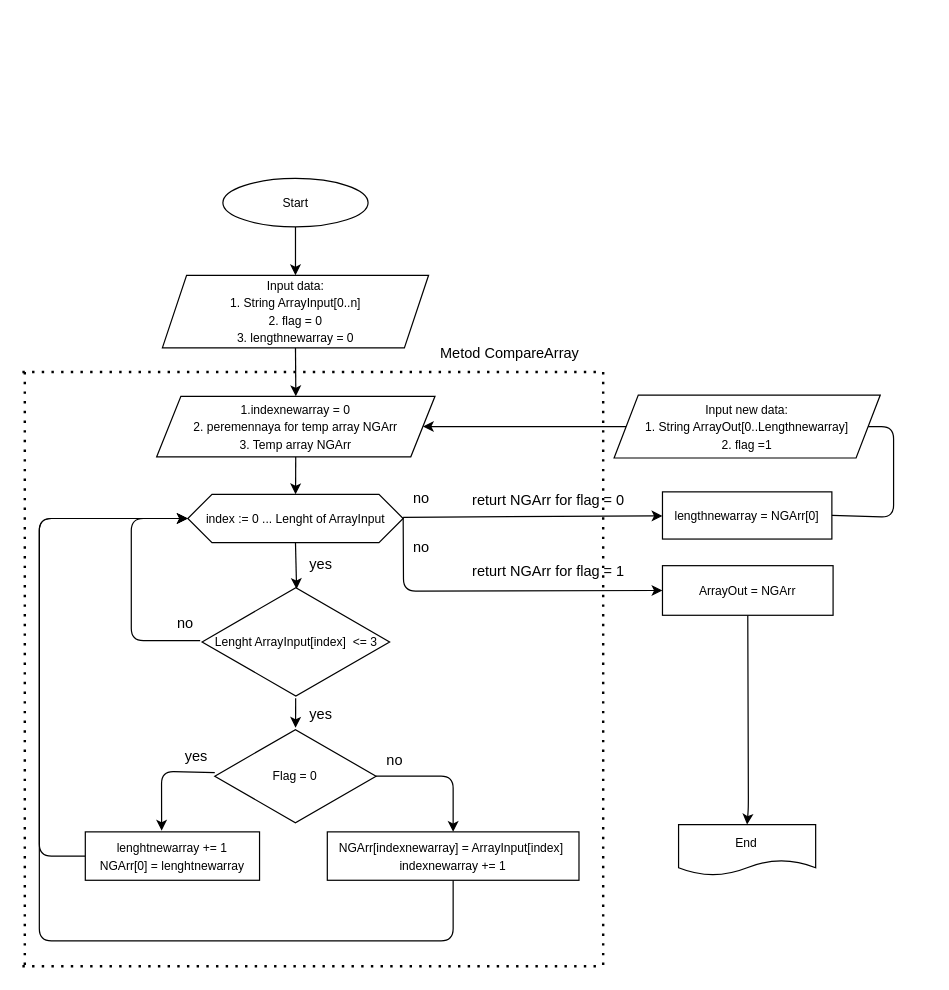
Above: BlockDiagram.drawio in DrDrv/FinalTask (draw.io), before the change. Source tidied: cells renumbered, new cells numbered last; positions are measured from the earlier drawing's top-left corner, leaving out a move shared by most shapes. Both pictures are drawn from the tidied source at 121%, with x=0, y=0 at pixel (22, 178).
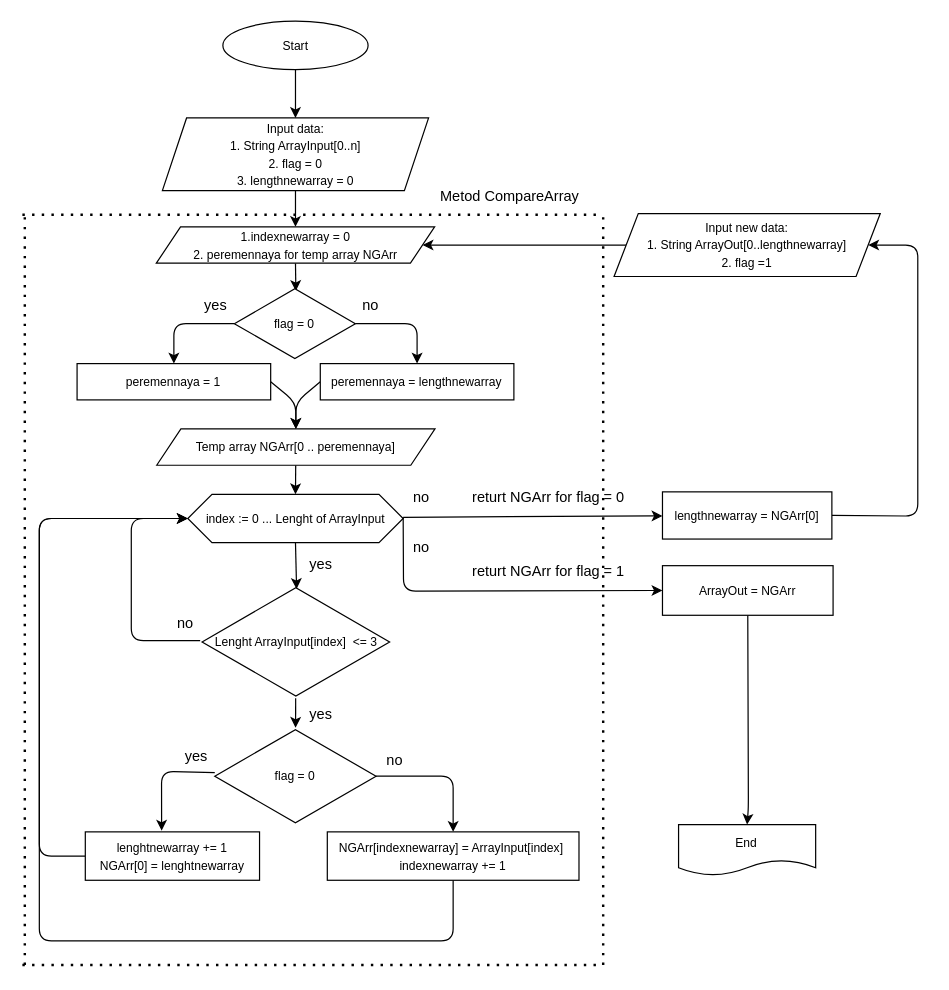
After the change.

Unchanged cells that the change refers to:
```xml
<mxCell id="7" value="&lt;span&gt;&lt;font style=&quot;font-size: 10px&quot;&gt;index := 0 ... Lenght of ArrayInput&lt;/font&gt;&lt;/span&gt;" style="shape=hexagon;perimeter=hexagonPerimeter2;whiteSpace=wrap;html=1;fixedSize=1;" parent="1" vertex="1">
  <mxGeometry x="136.7" y="261" width="178" height="40" as="geometry" />
</mxCell>
<mxCell id="37" value="&lt;span&gt;l&lt;/span&gt;&lt;span&gt;engthnewarray = NGArr[0]&lt;/span&gt;" style="rounded=0;whiteSpace=wrap;html=1;fontSize=10;" parent="1" vertex="1">
  <mxGeometry x="529" y="259" width="140" height="39" as="geometry" />
</mxCell>
<mxCell id="39" value="&lt;font style=&quot;font-size: 10px&quot;&gt;ArrayOut = NGArr&lt;/font&gt;" style="rounded=0;whiteSpace=wrap;html=1;fontSize=12;" parent="1" vertex="1">
  <mxGeometry x="529" y="320" width="141" height="41" as="geometry" />
</mxCell>
```

The edit, as a diff of the source:
```diff
@@
     <mxCell id="3" value="&lt;font style=&quot;font-size: 10px&quot;&gt;Start&lt;/font&gt;" style="ellipse;whiteSpace=wrap;html=1;" parent="1" vertex="1">
-      <mxGeometry x="165.7" width="120" height="40" as="geometry" />
+      <mxGeometry x="165.7" y="-130" width="120" height="40" as="geometry" />
     </mxCell>
@@
     <mxCell id="5" value="&lt;font style=&quot;font-size: 10px&quot;&gt;&lt;span&gt;Input data:&lt;/span&gt;&lt;br&gt;&lt;span&gt;1. String ArrayInput[0..n]&lt;br&gt;2. flag = 0&lt;br&gt;3. l&lt;/span&gt;engthnewarray = 0&lt;/font&gt;&lt;span&gt;&lt;br&gt;&lt;/span&gt;" style="shape=parallelogram;perimeter=parallelogramPerimeter;whiteSpace=wrap;html=1;fixedSize=1;" parent="1" vertex="1">
-      <mxGeometry x="115.7" y="80" width="220" height="60" as="geometry" />
+      <mxGeometry x="115.7" y="-50" width="220" height="60" as="geometry" />
     </mxCell>
@@
-    <mxCell id="17" value="&lt;font style=&quot;font-size: 10px&quot;&gt;&lt;span&gt;Input new data:&lt;/span&gt;&lt;br&gt;&lt;span&gt;1. String ArrayOut[0..Lengthnewarray]&lt;br&gt;2. flag =1&lt;/span&gt;&lt;/font&gt;&lt;span&gt;&lt;br&gt;&lt;/span&gt;" style="shape=parallelogram;perimeter=parallelogramPerimeter;whiteSpace=wrap;html=1;fixedSize=1;" parent="1" vertex="1">
-      <mxGeometry x="489" y="179" width="220" height="52" as="geometry" />
+    <mxCell id="17" value="&lt;font style=&quot;font-size: 10px&quot;&gt;&lt;span&gt;Input new data:&lt;/span&gt;&lt;br&gt;&lt;span&gt;1. String ArrayOut[0..lengthnewarray]&lt;br&gt;2. flag =1&lt;/span&gt;&lt;/font&gt;&lt;span&gt;&lt;br&gt;&lt;/span&gt;" style="shape=parallelogram;perimeter=parallelogramPerimeter;whiteSpace=wrap;html=1;fixedSize=1;" parent="1" vertex="1">
+      <mxGeometry x="489" y="29" width="220" height="52" as="geometry" />
     </mxCell>
-    <mxCell id="18" style="edgeStyle=none;html=1;exitX=0;exitY=1;exitDx=0;exitDy=0;fontSize=10;" parent="1" edge="1" source="20" target="37">
-      <mxGeometry relative="1" as="geometry" />
+    <mxCell id="18" style="edgeStyle=none;html=1;exitX=0;exitY=1;exitDx=0;exitDy=0;fontSize=10;" parent="1" edge="1" target="37">
+      <mxGeometry relative="1" as="geometry">
+        <mxPoint x="314.7" y="280" as="sourcePoint" />
+      </mxGeometry>
     </mxCell>
-    <mxCell id="19" style="edgeStyle=none;html=1;exitX=0;exitY=1;exitDx=0;exitDy=0;entryX=0;entryY=0.5;entryDx=0;entryDy=0;fontSize=10;" parent="1" edge="1" source="20" target="39">
+    <mxCell id="19" style="edgeStyle=none;html=1;exitX=0;exitY=1;exitDx=0;exitDy=0;entryX=0;entryY=0.5;entryDx=0;entryDy=0;fontSize=10;" parent="1" edge="1" target="39">
       <mxGeometry relative="1" as="geometry">
+        <mxPoint x="314.7" y="280" as="sourcePoint" />
         <Array as="points">
           <mxPoint x="315" y="341" />
         </Array>
       </mxGeometry>
     </mxCell>
     <mxCell id="20" value="no" style="text;html=1;strokeColor=none;fillColor=none;align=center;verticalAlign=middle;whiteSpace=wrap;rounded=0;" parent="1" vertex="1">
-      <mxGeometry x="314.7" y="250" width="30" height="30" as="geometry" />
+      <mxGeometry x="314.7" y="249" width="30" height="30" as="geometry" />
     </mxCell>
@@
-    <mxCell id="24" value="&lt;font style=&quot;font-size: 10px&quot;&gt;Flag = 0&lt;/font&gt;" style="html=1;whiteSpace=wrap;shape=isoRectangle;" parent="1" vertex="1">
+    <mxCell id="24" value="&lt;font style=&quot;font-size: 10px&quot;&gt;flag = 0&lt;/font&gt;" style="html=1;whiteSpace=wrap;shape=isoRectangle;" parent="1" vertex="1">
       <mxGeometry x="159" y="454" width="133.3" height="80" as="geometry" />
     </mxCell>
@@
     <mxCell id="30" style="endArrow=none;dashed=1;html=1;dashPattern=1 3;strokeWidth=2;" parent="1" edge="1">
       <mxGeometry relative="1" as="geometry">
         <mxPoint x="480" y="650" as="sourcePoint" />
-        <mxPoint x="480" y="160" as="targetPoint" />
+        <mxPoint x="480" y="30" as="targetPoint" />
       </mxGeometry>
     </mxCell>
     <mxCell id="31" style="endArrow=none;dashed=1;html=1;dashPattern=1 3;strokeWidth=2;" parent="1" edge="1">
       <mxGeometry relative="1" as="geometry">
-        <mxPoint y="160" as="sourcePoint" />
-        <mxPoint x="480" y="160" as="targetPoint" />
+        <mxPoint y="30" as="sourcePoint" />
+        <mxPoint x="480" y="30" as="targetPoint" />
       </mxGeometry>
     </mxCell>
     <mxCell id="32" style="endArrow=none;dashed=1;html=1;dashPattern=1 3;strokeWidth=2;" parent="1" edge="1">
       <mxGeometry relative="1" as="geometry">
         <mxPoint x="2" y="650" as="sourcePoint" />
-        <mxPoint x="2" y="160" as="targetPoint" />
+        <mxPoint x="2" y="30" as="targetPoint" />
       </mxGeometry>
     </mxCell>
     <mxCell id="33" style="endArrow=none;dashed=1;html=1;dashPattern=1 3;strokeWidth=2;" parent="1" edge="1">
       <mxGeometry relative="1" as="geometry">
-        <mxPoint y="651" as="sourcePoint" />
-        <mxPoint x="480" y="651" as="targetPoint" />
+        <mxPoint y="650" as="sourcePoint" />
+        <mxPoint x="480" y="650" as="targetPoint" />
       </mxGeometry>
     </mxCell>
     <mxCell id="34" value="Metod&amp;nbsp;CompareArray" style="text;html=1;strokeColor=none;fillColor=none;align=center;verticalAlign=middle;whiteSpace=wrap;rounded=0;" parent="1" vertex="1">
-      <mxGeometry x="335.7" y="130" width="134.3" height="30" as="geometry" />
+      <mxGeometry x="335.7" width="134.3" height="30" as="geometry" />
     </mxCell>
-    <mxCell id="35" style="edgeStyle=none;html=1;fontSize=10;" parent="1" edge="1" source="36" target="7">
-      <mxGeometry relative="1" as="geometry" />
-    </mxCell>
+    <mxCell id="43" style="edgeStyle=none;html=1;exitX=0.5;exitY=1;exitDx=0;exitDy=0;entryX=0.508;entryY=0.05;entryDx=0;entryDy=0;entryPerimeter=0;fontSize=10;" parent="1" edge="1" source="36" target="46">
+      <mxGeometry relative="1" as="geometry" />
+    </mxCell>
-    <mxCell id="36" value="&lt;font style=&quot;font-size: 10px&quot;&gt;1.indexnewarray = 0&lt;br&gt;2. peremennaya for temp array NGArr&lt;br&gt;3. Temp array NGArr&lt;br&gt;&lt;/font&gt;" style="shape=parallelogram;perimeter=parallelogramPerimeter;whiteSpace=wrap;html=1;fixedSize=1;" parent="1" vertex="1">
-      <mxGeometry x="111" y="180" width="230" height="50" as="geometry" />
+    <mxCell id="36" value="&lt;font style=&quot;font-size: 10px&quot;&gt;1.indexnewarray = 0&lt;br&gt;2. peremennaya for temp array NGArr&lt;br&gt;&lt;/font&gt;" style="shape=parallelogram;perimeter=parallelogramPerimeter;whiteSpace=wrap;html=1;fixedSize=1;" parent="1" vertex="1">
+      <mxGeometry x="110.7" y="40" width="230" height="30" as="geometry" />
     </mxCell>
+    <mxCell id="40" style="edgeStyle=none;html=1;entryX=1;entryY=0.5;entryDx=0;entryDy=0;fontSize=10;exitX=1;exitY=0.5;exitDx=0;exitDy=0;" parent="1" edge="1" source="37" target="17">
+      <mxGeometry relative="1" as="geometry">
+        <Array as="points">
+          <mxPoint x="740" y="279" />
+          <mxPoint x="740" y="55" />
+        </Array>
+      </mxGeometry>
+    </mxCell>
@@
     <mxCell id="38" value="&lt;font style=&quot;font-size: 12px&quot;&gt;returt NGArr for flag = 0&lt;/font&gt;" style="text;html=1;strokeColor=none;fillColor=none;align=center;verticalAlign=middle;whiteSpace=wrap;rounded=0;fontSize=10;" parent="1" vertex="1">
-      <mxGeometry x="360" y="251" width="150" height="30" as="geometry" />
+      <mxGeometry x="360" y="249" width="150" height="30" as="geometry" />
     </mxCell>
@@
-    <mxCell id="40" style="edgeStyle=none;html=1;exitX=1;exitY=0.5;exitDx=0;exitDy=0;entryX=1;entryY=0.5;entryDx=0;entryDy=0;fontSize=12;endArrow=none;" parent="1" edge="1" source="37" target="17">
-      <mxGeometry relative="1" as="geometry">
-        <Array as="points">
-          <mxPoint x="720" y="280" />
-          <mxPoint x="720" y="205" />
-        </Array>
-      </mxGeometry>
-    </mxCell>
@@
+    <mxCell id="44" style="edgeStyle=none;html=1;entryX=0.5;entryY=0;entryDx=0;entryDy=0;fontSize=10;" parent="1" edge="1" source="46" target="48">
+      <mxGeometry relative="1" as="geometry">
+        <Array as="points">
+          <mxPoint x="125.2" y="120" />
+        </Array>
+      </mxGeometry>
+    </mxCell>
+    <mxCell id="45" style="edgeStyle=none;html=1;entryX=0.5;entryY=0;entryDx=0;entryDy=0;fontSize=10;" parent="1" edge="1" source="46" target="50">
+      <mxGeometry relative="1" as="geometry">
+        <Array as="points">
+          <mxPoint x="326.2" y="120" />
+        </Array>
+      </mxGeometry>
+    </mxCell>
+    <mxCell id="46" value="&lt;span style=&quot;font-size: 10px&quot;&gt;flag = 0&lt;/span&gt;" style="html=1;whiteSpace=wrap;shape=isoRectangle;" parent="1" vertex="1">
+      <mxGeometry x="175.2" y="90" width="100" height="60" as="geometry" />
+    </mxCell>
+    <mxCell id="47" style="edgeStyle=none;html=1;exitX=1;exitY=0.5;exitDx=0;exitDy=0;entryX=0.5;entryY=0;entryDx=0;entryDy=0;fontSize=10;" parent="1" edge="1" source="48" target="54">
+      <mxGeometry relative="1" as="geometry">
+        <Array as="points">
+          <mxPoint x="226" y="185" />
+        </Array>
+      </mxGeometry>
+    </mxCell>
+    <mxCell id="48" value="&lt;font style=&quot;font-size: 10px&quot;&gt;peremennaya = 1&lt;/font&gt;" style="rounded=0;whiteSpace=wrap;html=1;" parent="1" vertex="1">
+      <mxGeometry x="45.2" y="153" width="160" height="30" as="geometry" />
+    </mxCell>
+    <mxCell id="49" style="edgeStyle=none;html=1;exitX=0;exitY=0.5;exitDx=0;exitDy=0;entryX=0.5;entryY=0;entryDx=0;entryDy=0;fontSize=10;" parent="1" edge="1" source="50" target="54">
+      <mxGeometry relative="1" as="geometry">
+        <Array as="points">
+          <mxPoint x="226" y="185" />
+        </Array>
+      </mxGeometry>
+    </mxCell>
+    <mxCell id="50" value="&lt;font style=&quot;font-size: 10px&quot;&gt;peremennaya =&amp;nbsp;lengthnewarray&lt;/font&gt;" style="rounded=0;whiteSpace=wrap;html=1;" parent="1" vertex="1">
+      <mxGeometry x="246.2" y="153" width="160" height="30" as="geometry" />
+    </mxCell>
+    <mxCell id="51" value="yes" style="text;html=1;strokeColor=none;fillColor=none;align=center;verticalAlign=middle;whiteSpace=wrap;rounded=0;" parent="1" vertex="1">
+      <mxGeometry x="145.2" y="90" width="30" height="30" as="geometry" />
+    </mxCell>
+    <mxCell id="52" value="no" style="text;html=1;strokeColor=none;fillColor=none;align=center;verticalAlign=middle;whiteSpace=wrap;rounded=0;" parent="1" vertex="1">
+      <mxGeometry x="273.2" y="90" width="30" height="30" as="geometry" />
+    </mxCell>
+    <mxCell id="53" style="edgeStyle=none;html=1;fontSize=10;entryX=0.5;entryY=0;entryDx=0;entryDy=0;" parent="1" edge="1" source="54" target="7">
+      <mxGeometry relative="1" as="geometry" />
+    </mxCell>
+    <mxCell id="54" value="&lt;font style=&quot;font-size: 10px&quot;&gt;Temp array NGArr[0 .. peremennaya]&lt;br&gt;&lt;/font&gt;" style="shape=parallelogram;perimeter=parallelogramPerimeter;whiteSpace=wrap;html=1;fixedSize=1;" parent="1" vertex="1">
+      <mxGeometry x="111" y="207" width="230" height="30" as="geometry" />
+    </mxCell>
```
